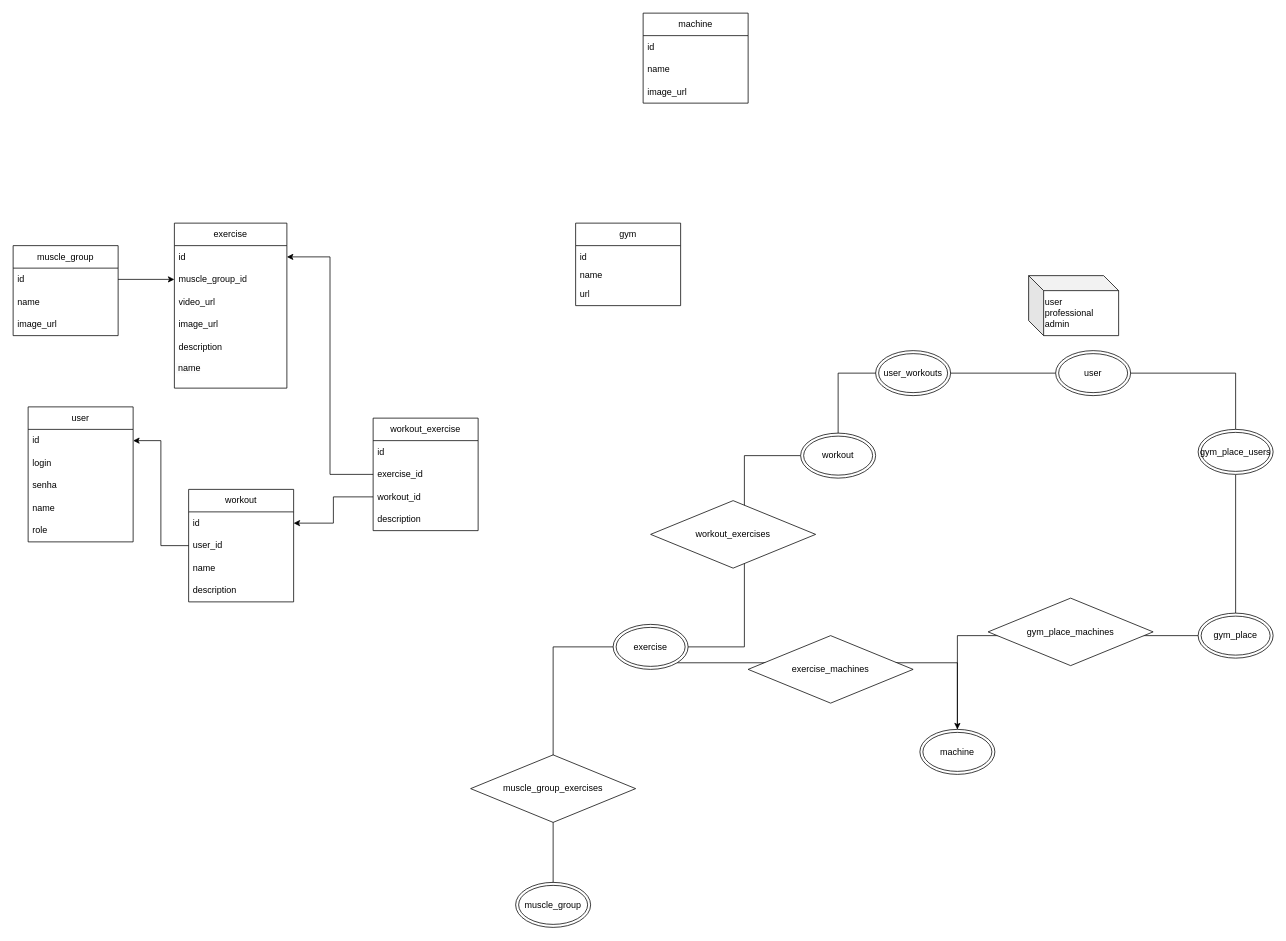
WalterSilva5/wsi-fit-api keeps this draw.io diagram as docs/arquitetura CFIT.drawio. Above is the earlier version. Source tidied: cells renumbered, new cells numbered last; positions are measured from the earlier drawing's top-left corner, leaving out a move shared by most shapes. Both pictures are drawn from the tidied source at 75%, with x=0, y=0 at pixel (13, 13).
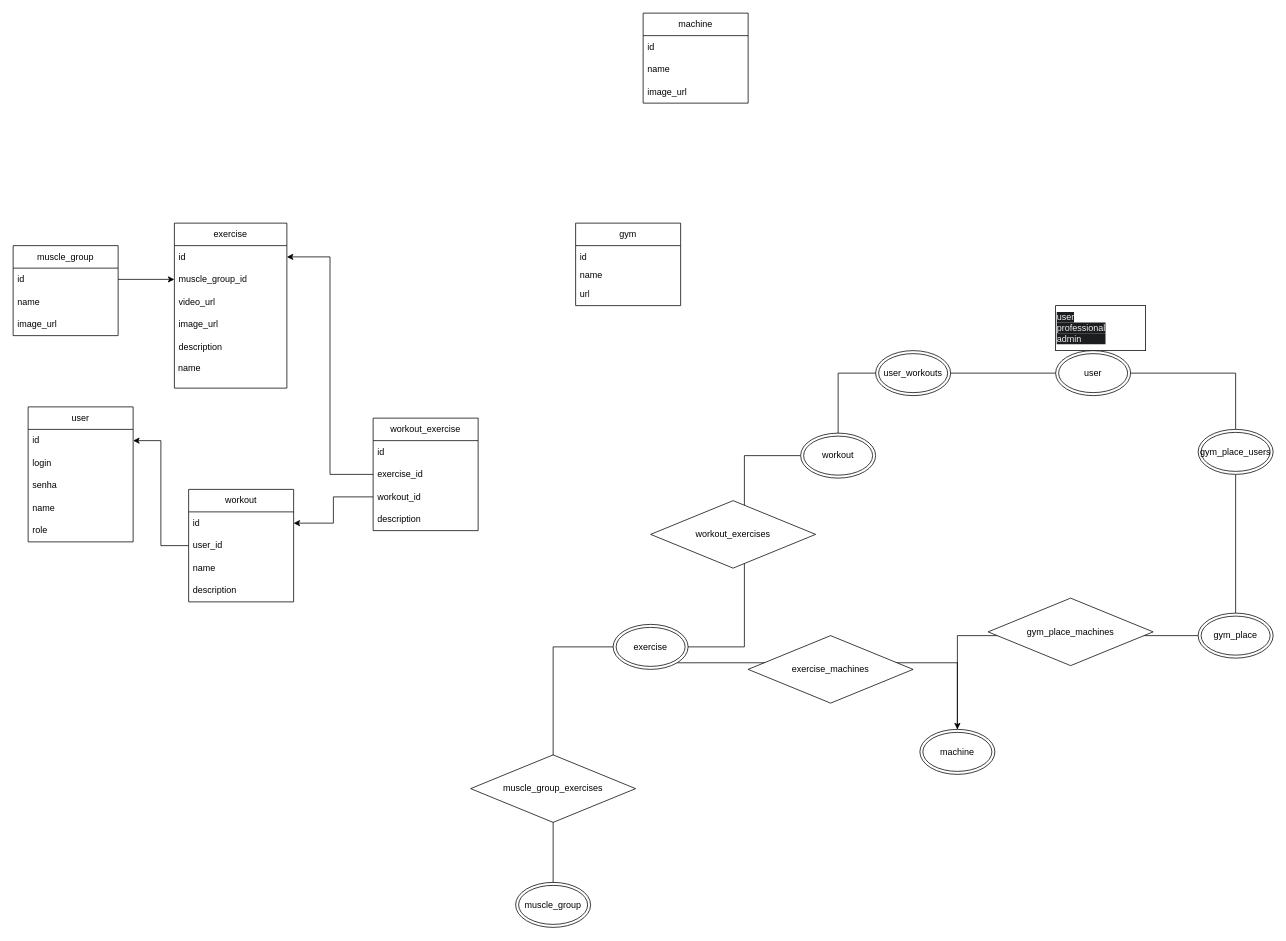
The same diagram, later.

Commit message (it also covers changes not shown here):
fix user module

Change to the diagram source:
```diff
@@
-    <mxCell id="61" value="user&lt;div&gt;professional&lt;/div&gt;&lt;div&gt;admin&lt;/div&gt;" style="shape=cube;whiteSpace=wrap;html=1;boundedLbl=1;backgroundOutline=1;darkOpacity=0.05;darkOpacity2=0.1;align=left;" parent="1" vertex="1">
-      <mxGeometry x="1354" y="350" width="120" height="80" as="geometry" />
+    <mxCell id="61" value="&lt;span style=&quot;color: rgb(240, 240, 240); font-family: Helvetica; font-size: 12px; font-style: normal; font-variant-ligatures: normal; font-variant-caps: normal; font-weight: 400; letter-spacing: normal; orphans: 2; text-indent: 0px; text-transform: none; widows: 2; word-spacing: 0px; -webkit-text-stroke-width: 0px; white-space: normal; background-color: rgb(27, 29, 30); text-decoration-thickness: initial; text-decoration-style: initial; text-decoration-color: initial; float: none; display: inline !important;&quot;&gt;user&lt;/span&gt;&lt;div style=&quot;forced-color-adjust: none; border-color: rgb(0, 0, 0); color: rgb(240, 240, 240); font-family: Helvetica; font-size: 12px; font-style: normal; font-variant-ligatures: normal; font-variant-caps: normal; font-weight: 400; letter-spacing: normal; orphans: 2; text-indent: 0px; text-transform: none; widows: 2; word-spacing: 0px; -webkit-text-stroke-width: 0px; white-space: normal; background-color: rgb(27, 29, 30); text-decoration-thickness: initial; text-decoration-style: initial; text-decoration-color: initial;&quot;&gt;professional&lt;/div&gt;&lt;div style=&quot;forced-color-adjust: none; border-color: rgb(0, 0, 0); color: rgb(240, 240, 240); font-family: Helvetica; font-size: 12px; font-style: normal; font-variant-ligatures: normal; font-variant-caps: normal; font-weight: 400; letter-spacing: normal; orphans: 2; text-indent: 0px; text-transform: none; widows: 2; word-spacing: 0px; -webkit-text-stroke-width: 0px; white-space: normal; background-color: rgb(27, 29, 30); text-decoration-thickness: initial; text-decoration-style: initial; text-decoration-color: initial;&quot;&gt;admin&lt;/div&gt;" style="rounded=0;whiteSpace=wrap;html=1;align=left;" parent="1" vertex="1">
+      <mxGeometry x="1390" y="390" width="120" height="60" as="geometry" />
     </mxCell>
```
